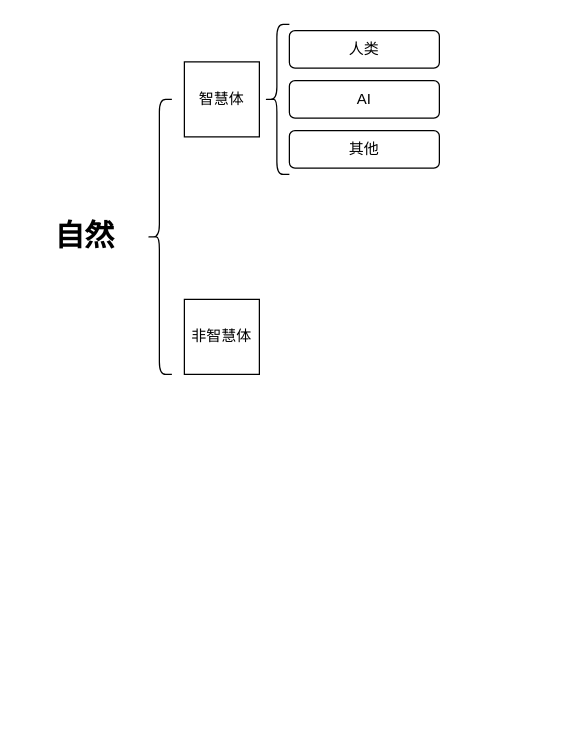
The draw.io diagram human.drawio in nonoyeyouran/reading, before the edit. Source tidied: cells renumbered, new cells numbered last; positions are measured from the earlier drawing's top-left corner, leaving out a move shared by most shapes. Both pictures are drawn from the tidied source at 125%, with x=0, y=0 at pixel (21, 24).
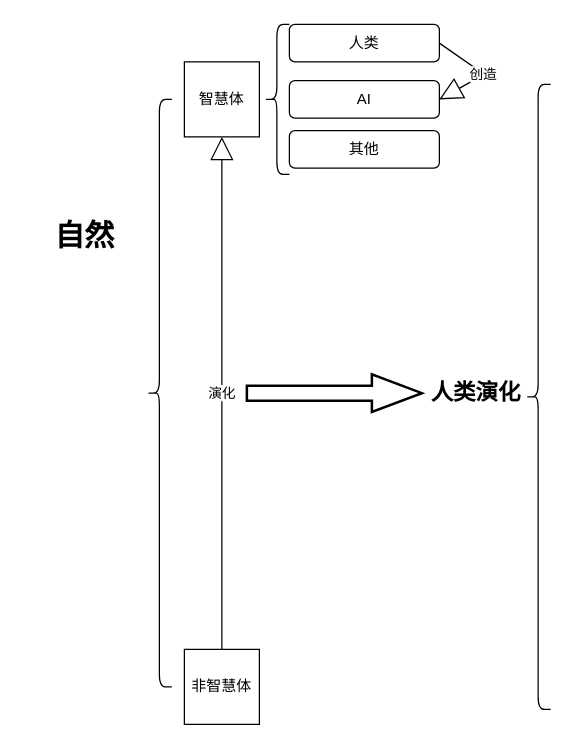
Above is the later version.

What changed in the source:
```diff
@@
 <mxGraphModel>
   <root>
     <mxCell id="0" />
     <mxCell id="1" parent="0" />
     <mxCell id="2" value="智慧体" style="rounded=0;whiteSpace=wrap;html=1;" parent="1" vertex="1">
       <mxGeometry x="130" y="30" width="60" height="60" as="geometry" />
     </mxCell>
     <mxCell id="3" value="非智慧体" style="rounded=0;whiteSpace=wrap;html=1;" parent="1" vertex="1">
-      <mxGeometry x="130" y="220" width="60" height="60" as="geometry" />
+      <mxGeometry x="130" y="500" width="60" height="60" as="geometry" />
     </mxCell>
     <mxCell id="4" style="shape=curlyBracket;whiteSpace=wrap;html=1;rounded=1;labelPosition=left;verticalLabelPosition=middle;align=right;verticalAlign=middle;" parent="1" vertex="1">
-      <mxGeometry x="100" y="60" width="20" height="220" as="geometry" />
+      <mxGeometry x="100" y="60" width="20" height="470" as="geometry" />
     </mxCell>
     <mxCell id="5" value="自然" style="text;strokeColor=none;fillColor=none;html=1;fontSize=24;fontStyle=1;verticalAlign=middle;align=center;" parent="1" vertex="1">
       <mxGeometry y="150" width="100" height="40" as="geometry" />
     </mxCell>
     <mxCell id="6" style="shape=curlyBracket;whiteSpace=wrap;html=1;rounded=1;labelPosition=left;verticalLabelPosition=middle;align=right;verticalAlign=middle;" parent="1" vertex="1">
       <mxGeometry x="194" width="20" height="120" as="geometry" />
     </mxCell>
     <mxCell id="7" value="人类" style="rounded=1;whiteSpace=wrap;html=1;" parent="1" vertex="1">
-      <mxGeometry x="214" y="5" width="120" height="30" as="geometry" />
+      <mxGeometry x="214" width="120" height="30" as="geometry" />
     </mxCell>
     <mxCell id="8" value="AI" style="rounded=1;whiteSpace=wrap;html=1;" parent="1" vertex="1">
       <mxGeometry x="214" y="45" width="120" height="30" as="geometry" />
     </mxCell>
     <mxCell id="9" value="其他" style="rounded=1;whiteSpace=wrap;html=1;" parent="1" vertex="1">
       <mxGeometry x="214" y="85" width="120" height="30" as="geometry" />
     </mxCell>
+    <mxCell id="10" value="演化" style="endArrow=block;endSize=16;endFill=0;html=1;rounded=0;entryX=0.5;entryY=1;entryDx=0;entryDy=0;exitX=0.5;exitY=0;exitDx=0;exitDy=0;" parent="1" edge="1" source="3" target="2">
+      <mxGeometry relative="1" as="geometry" />
+    </mxCell>
+    <mxCell id="11" value="创造" style="endArrow=block;endSize=16;endFill=0;html=1;rounded=0;entryX=1;entryY=0.5;entryDx=0;entryDy=0;exitX=1;exitY=0.5;exitDx=0;exitDy=0;" parent="1" edge="1" source="7" target="8">
+      <mxGeometry relative="1" as="geometry">
+        <Array as="points">
+          <mxPoint x="370" y="40" />
+        </Array>
+      </mxGeometry>
+    </mxCell>
+    <mxCell id="12" style="shape=curlyBracket;whiteSpace=wrap;html=1;rounded=1;labelPosition=left;verticalLabelPosition=middle;align=right;verticalAlign=middle;" parent="1" vertex="1">
+      <mxGeometry x="403" y="48" width="20" height="500" as="geometry" />
+    </mxCell>
+    <mxCell id="13" style="verticalLabelPosition=bottom;verticalAlign=top;html=1;strokeWidth=2;shape=mxgraph.arrows2.arrow;dy=0.6;dx=40;notch=0;" parent="1" vertex="1">
+      <mxGeometry x="180" y="280" width="140" height="30" as="geometry" />
+    </mxCell>
+    <mxCell id="14" value="&lt;font style=&quot;font-size: 18px;&quot;&gt;人类演化&lt;/font&gt;" style="text;strokeColor=none;fillColor=none;html=1;fontSize=24;fontStyle=1;verticalAlign=middle;align=center;" parent="1" vertex="1">
+      <mxGeometry x="313" y="273" width="100" height="40" as="geometry" />
+    </mxCell>
   </root>
 </mxGraphModel>
```
